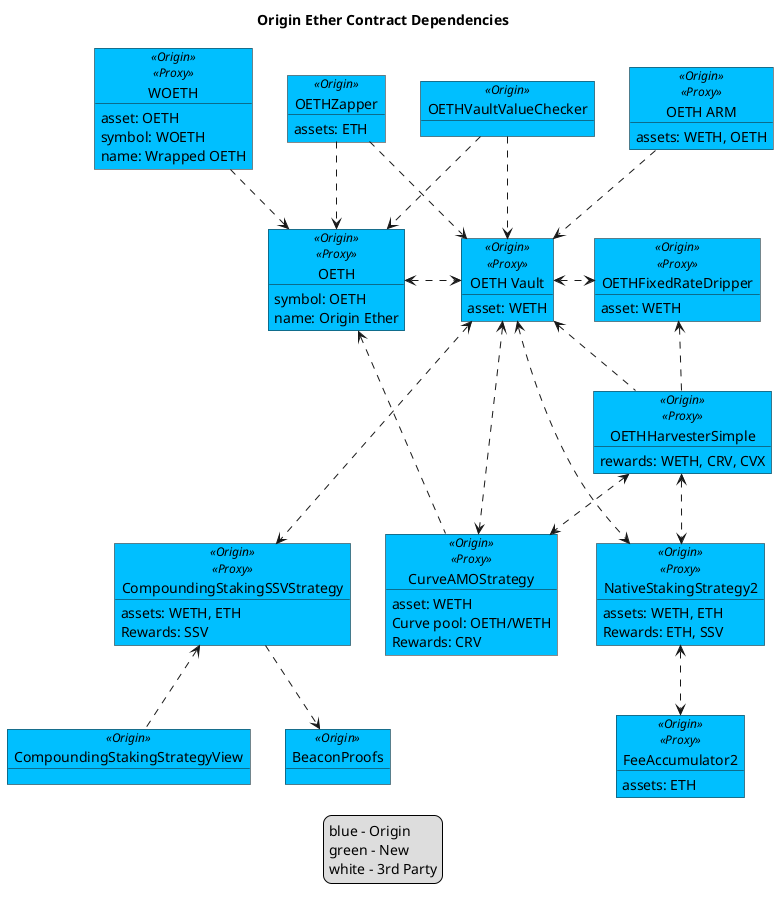
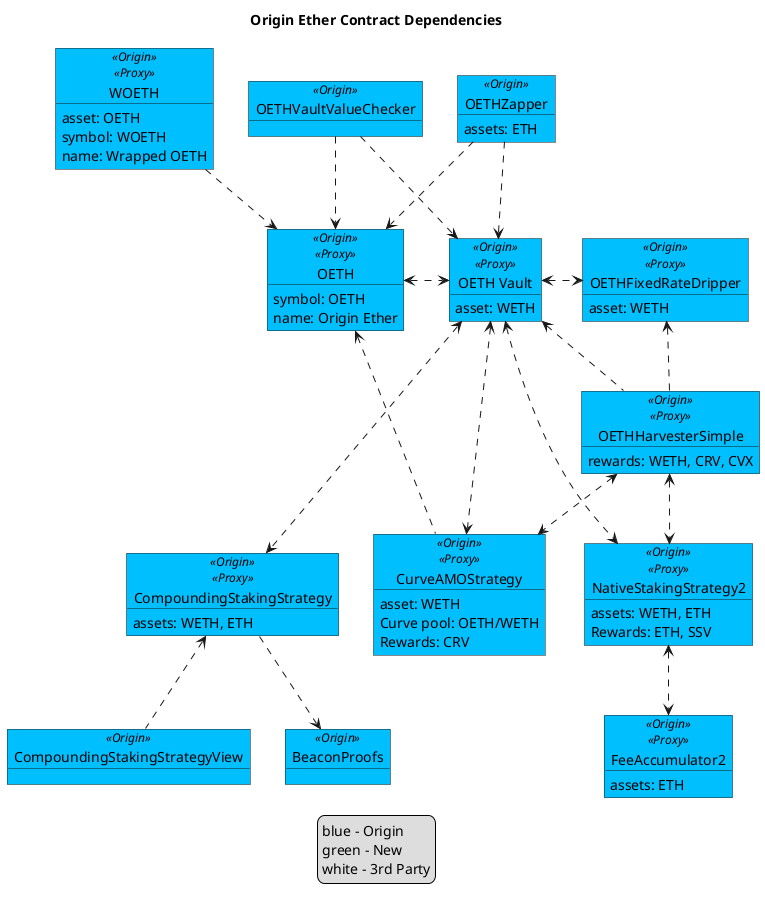
@startuml

!$originColor = DeepSkyBlue
' !$originColor = WhiteSmoke
!$newColor = LightGreen
!$changedColor = Orange
!$thirdPartyColor = WhiteSmoke

legend
blue - Origin
green - New
' orange - Changed
white - 3rd Party
end legend

title "Origin Ether Contract Dependencies"

object "OETHZapper" as zap <<Origin>> #$originColor {
    assets: ETH
}

- object "OETH ARM" as arm <<Origin>><<Proxy>> #$originColor {
-     assets: WETH, OETH
- }
+ ' object "OETH ARM" as arm <<Origin>><<Proxy>> #$originColor {
+ '     assets: WETH, OETH
+ ' }


object "OETHFixedRateDripper" as drip <<Origin>><<Proxy>> #$originColor {
    asset: WETH
}

object "OETHVaultValueChecker" as checker <<Origin>> #$originColor {
}

object "WOETH" as woeth <<Origin>><<Proxy>> #$originColor {
    asset: OETH
    symbol: WOETH
    name: Wrapped OETH
}

object "OETH" as oeth <<Origin>><<Proxy>> #$originColor {
    symbol: OETH
    name: Origin Ether
}

object "OETH Vault" as oethv <<Origin>><<Proxy>> #$originColor {
asset: WETH
}

object "OETHHarvesterSimple" as harv <<Origin>><<Proxy>> #$originColor {
    rewards: WETH, CRV, CVX
}

' Strategies
'object "ConvexEthMetaStrategy" as cvxStrat <<Origin>><<Proxy>> #$originColor {
'    asset: WETH
'    Curve metapool: OETHCRV-f
'    Convex pool: cvxOETHCRV-f
'    Rewards: CRV, CVX
'}

object "CurveAMOStrategy" as amoStrat <<Origin>><<Proxy>> #$originColor {
    asset: WETH
    Curve pool: OETH/WETH
    Rewards: CRV
}

' object "NativeStakingStrategy" as nativeStrat <<Origin>><<Proxy>> #$originColor {
'     assets: WETH, ETH
'     Rewards: ETH, SSV
' }

' object "FeeAccumulator" as feeAcc <<Origin>><<Proxy>> #$originColor {
'     assets: ETH
' }

object "NativeStakingStrategy2" as nativeStrat2 <<Origin>><<Proxy>> #$originColor {
    assets: WETH, ETH
    Rewards: ETH, SSV
}

object "FeeAccumulator2" as feeAcc2 <<Origin>><<Proxy>> #$originColor {
    assets: ETH
}

' object "NativeStakingStrategy3" as nativeStrat3 <<Origin>><<Proxy>> #$originColor {
'     assets: WETH, ETH
'     Rewards: ETH, SSV
' }

' object "FeeAccumulator3" as feeAcc3 <<Origin>><<Proxy>> #$originColor {
'     assets: ETH
' }

- object "CompoundingStakingSSVStrategy" as compStrat <<Origin>><<Proxy>> #$originColor {
+ object "CompoundingStakingStrategy" as compStrat <<Origin>><<Proxy>> #$originColor {
    assets: WETH, ETH
-     Rewards: SSV
}
object "CompoundingStakingStrategyView" as compView <<Origin>> #$originColor {

}
object "BeaconProofs" as proofs <<Origin>> #$originColor {

}

' object "DepositContract" as deposit <<System>> #$thirdPartyColor {
'  asset : ETH
' }

' object "WithdrawalRequest" as withdraw <<System>> #$thirdPartyColor {

' }

' object "BeaconRoots" as roots <<System>> #$thirdPartyColor {

' }


' ' Oracle
' object "OETHOracleRouter" as oracle <<Origin>> #$originColor {
' pairs:
'     CRV/ETH
'     CVX/ETH
' }

' ' SushiSwap
' object "UniswapV2Router02" as sushi <<SushiSwap>> {
'     pairs: CRV/ETH, CVX/ETH
' }

' ' Curve
' object "Gauge" as gauge <<Curve>> {
'     asset: OETHCRV-f
'     symbol: OETHCRV-f-gauge
'     name: Curve.fi OETHCRV-f Gauge Deposit
' }
' object "StableSwap" as crvPool <<Curve>> {
'     assets: [ETH, OETH]
'     symbol: OETHCRV-f
'     name: Curve.fi Factory Pool: OETH
' }
' ' Convex
' object "Booster" as cvxBoost <<Convex>> {
' }
' object "BaseRewardPool" as cvxPool <<Convex>> {
' }
' ' object "DepositToken" as cvxPoolLp <<Convex>> {
' '     symbol: cvxOUSD3CRV-f
' '     name: Origin Dollar Convex Deposit
' ' }

' ' SSV
' object "SSV Network" as ssvNet <<SSV>><<Proxy>> #$thirdPartyColor {
' assets: ETH, SSV
' }


' ' Assets
' object "WETH9" as weth <<Dapphub>> {
'     symbol: WETH
'     name: Wrapped Ether
' }

' ' Rewards
' object "ConvexToken" as cvx <<Convex>> {
'     symbol: CVX
'     name: Convex Token
' }

' object "Curve DAO Token" as crv <<Convex>> {
'     symbol: CRV
'     name: Curve DAO Token
' }

zap ..> oeth
zap ..> oethv
' zap .....> weth

- arm ..> oethv
+ ' arm ..> oethv

' drip .....> weth
oethv <.> drip

checker ..> oeth
checker ..> oethv

oethv <.. harv
drip <.. harv
' harv ...> sushi
' harv ...> cvx
' harv ...> crv

woeth ..> oeth
oeth <.> oethv
' oethv ..> oracle
' oracle ...> chain

' Curve AMO Strategy
harv <..> amoStrat
oethv <...> amoStrat
oeth <... amoStrat

' harv <..> nativeStrat
' oethv <...> nativeStrat
' nativeStrat <..> feeAcc
' nativeStrat ..> ssvNet
' nativeStrat ..> deposit

harv <..> nativeStrat2
oethv <...> nativeStrat2
nativeStrat2 <..> feeAcc2
' nativeStrat2 ...> ssvNet
' nativeStrat2 ...> deposit

' harv <..> nativeStrat3
' oethv <...> nativeStrat3
' nativeStrat3 <..> feeAcc3
' nativeStrat2 ...> ssvNet
' nativeStrat2 ...> deposit

oethv <...> compStrat
compStrat ..> proofs
compStrat <.. compView
' compStrat ..> ssvNet
' compStrat ...> deposit
' compStrat ...> withdraw
' compStrat ...> roots

' cvxStrat ...> crvPool
' cvxStrat ....> cvxPool
' cvxStrat ...> cvxBoost
' cvxStrat ...> weth
' cvxStrat ...> cvx
' cvxStrat ...> crv
' cvxPool ..> cvxPoolLp
' cvxPool ..> crv
' gauge <. cvxPool
' crvPool <.. gauge
' oeth <... crvPool
' cvxBoost ..> cvxPool

' ' Vault to Assets
' oethv ....> weth

@enduml